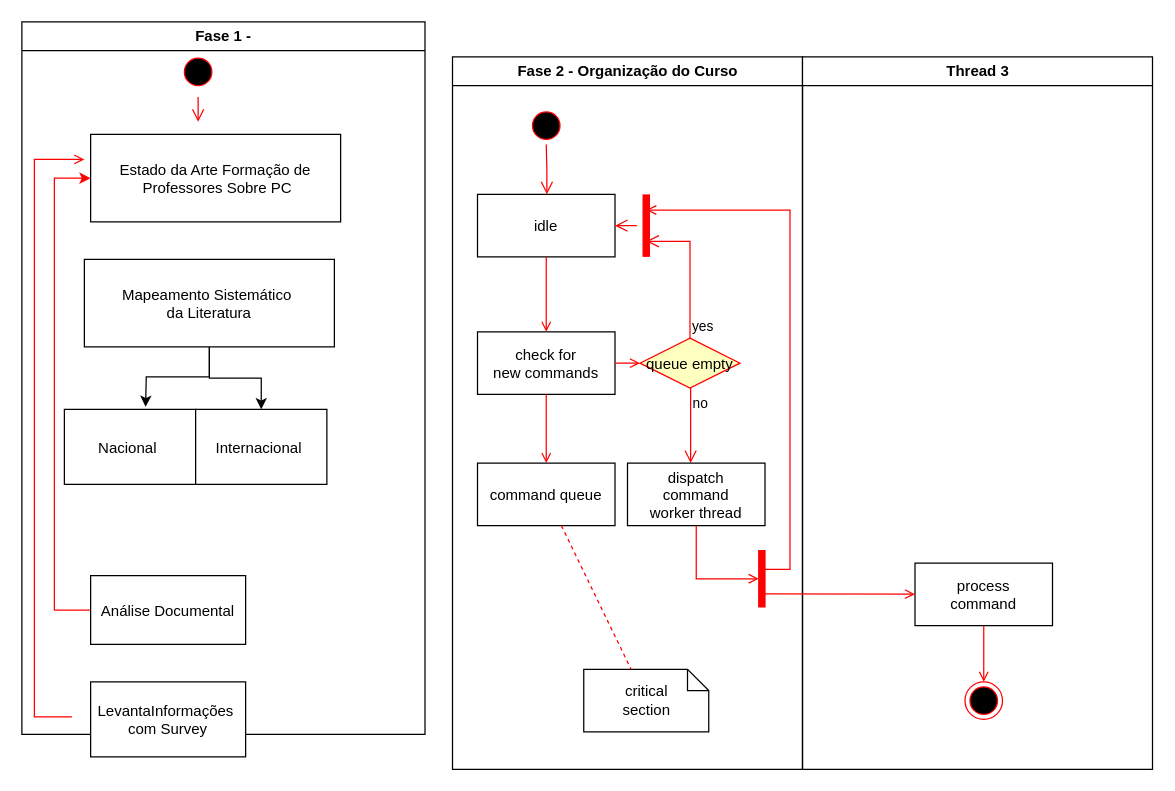
Earlier version of the draw.io diagram Diagrama formação continuada.drawio (RosianeSangali/RosianeSangali). Source tidied: cells renumbered, new cells numbered last; positions are measured from the earlier drawing's top-left corner, leaving out a move shared by most shapes. Both pictures are drawn from the tidied source at 125%, with x=0, y=0 at pixel (21, 21).
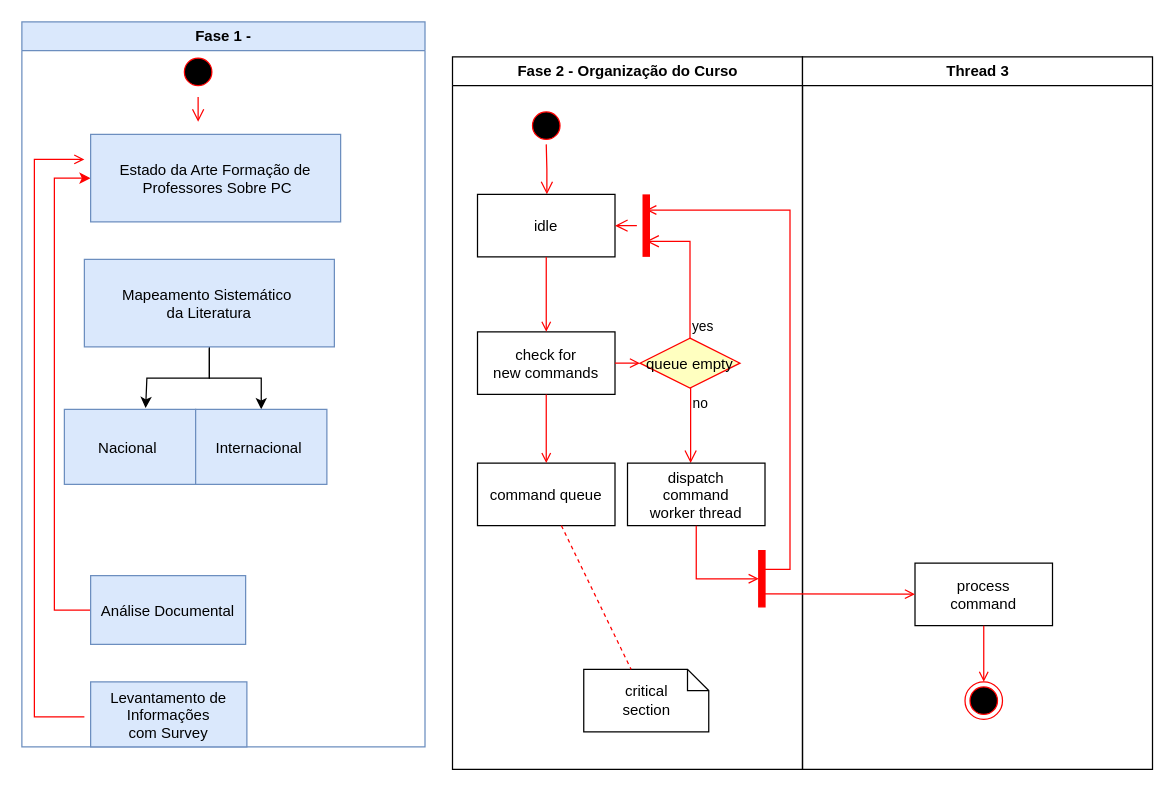
After the change.

Diff of the diagram source:
```diff
@@
-    <mxCell id="2" value="Fase 1 -" style="swimlane;whiteSpace=wrap;startSize=23;" parent="1" vertex="1">
-      <mxGeometry width="322.5" height="570" as="geometry" />
+    <mxCell id="2" value="Fase 1 -" style="swimlane;whiteSpace=wrap;startSize=23;fillColor=#dae8fc;strokeColor=#6c8ebf;" parent="1" vertex="1">
+      <mxGeometry width="322.5" height="580" as="geometry" />
     </mxCell>
@@
-    <mxCell id="6" style="edgeStyle=orthogonalEdgeStyle;rounded=0;jettySize=auto;html=1;" parent="2" edge="1" source="7">
+    <mxCell id="6" style="edgeStyle=orthogonalEdgeStyle;rounded=0;orthogonalLoop=1;jettySize=auto;html=1;" parent="2" edge="1">
       <mxGeometry relative="1" as="geometry">
-        <mxPoint x="99" y="308" as="targetPoint" />
+        <mxPoint x="150" y="261" as="sourcePoint" />
+        <mxPoint x="99" y="309" as="targetPoint" />
+        <Array as="points">
+          <mxPoint x="150" y="285" />
+          <mxPoint x="100" y="285" />
+        </Array>
       </mxGeometry>
     </mxCell>
-    <mxCell id="7" value="Mapeamento Sistemático &#10;da Literatura" parent="2" vertex="1">
+    <mxCell id="7" value="Mapeamento Sistemático &#10;da Literatura" style="fillColor=#dae8fc;strokeColor=#6c8ebf;" parent="2" vertex="1">
       <mxGeometry x="50" y="190" width="200" height="70" as="geometry" />
     </mxCell>
-    <mxCell id="8" value="Nacional " parent="2" vertex="1">
+    <mxCell id="8" value="Nacional " style="fillColor=#dae8fc;strokeColor=#6c8ebf;" parent="2" vertex="1">
       <mxGeometry x="34" y="310" width="105" height="60" as="geometry" />
     </mxCell>
@@
-    <mxCell id="10" value="Análise Documental" parent="2" vertex="1">
+    <mxCell id="10" value="Análise Documental" style="fillColor=#dae8fc;strokeColor=#6c8ebf;" parent="2" vertex="1">
       <mxGeometry x="55" y="443" width="124" height="55" as="geometry" />
     </mxCell>
     <mxCell id="11" style="edgeStyle=elbowEdgeStyle;elbow=horizontal;strokeColor=#FF0000;endArrow=open;endFill=1;rounded=0;" parent="2" edge="1">
       <mxGeometry relative="1" as="geometry">
-        <mxPoint x="40" y="556" as="sourcePoint" />
+        <mxPoint x="50" y="556" as="sourcePoint" />
         <mxPoint x="50" y="110" as="targetPoint" />
         <Array as="points">
           <mxPoint x="10" y="456" />
         </Array>
       </mxGeometry>
     </mxCell>
-    <mxCell id="12" value="Internacional " parent="2" vertex="1">
+    <mxCell id="12" value="Internacional " style="fillColor=#dae8fc;strokeColor=#6c8ebf;" parent="2" vertex="1">
       <mxGeometry x="139" y="310" width="105" height="60" as="geometry" />
     </mxCell>
-    <mxCell id="13" value="LevantaInformações &#10;com Survey" parent="2" vertex="1">
-      <mxGeometry x="55" y="528" width="124" height="60" as="geometry" />
+    <mxCell id="13" value="Levantamento de&#10; Informações &#10;com Survey" style="fillColor=#dae8fc;strokeColor=#6c8ebf;" parent="2" vertex="1">
+      <mxGeometry x="55" y="528" width="125" height="52" as="geometry" />
     </mxCell>
-    <mxCell id="14" value="Estado da Arte Formação de&#10; Professores Sobre PC" parent="2" vertex="1">
+    <mxCell id="14" value="Estado da Arte Formação de&#10; Professores Sobre PC" style="fillColor=#dae8fc;strokeColor=#6c8ebf;" parent="2" vertex="1">
       <mxGeometry x="55" y="90" width="200" height="70" as="geometry" />
     </mxCell>
```
